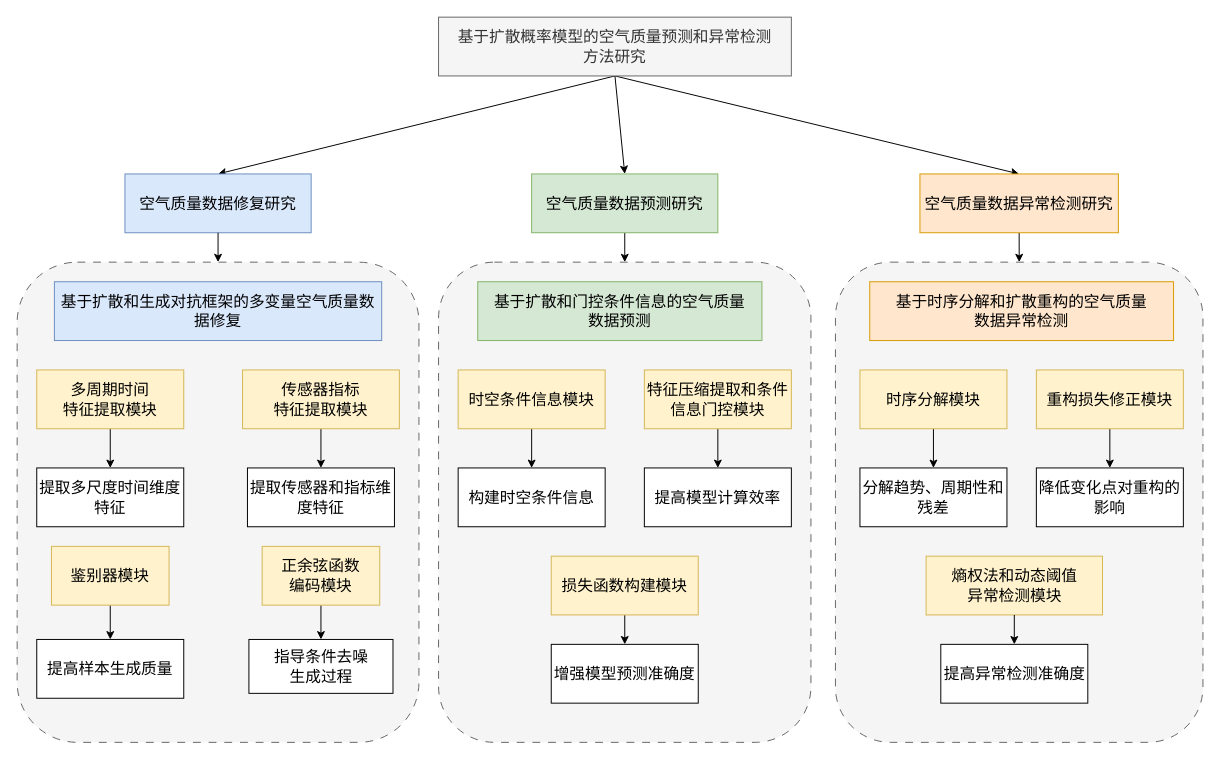
This is thesis_expe0.drawio from KnightCheng4/Draw, a draw.io file, before an edit. Source tidied: cells renumbered, new cells numbered last; positions are measured from the earlier drawing's top-left corner, leaving out a move shared by most shapes. Both pictures are drawn from the tidied source at 98%, with x=0, y=0 at pixel (17, 17).
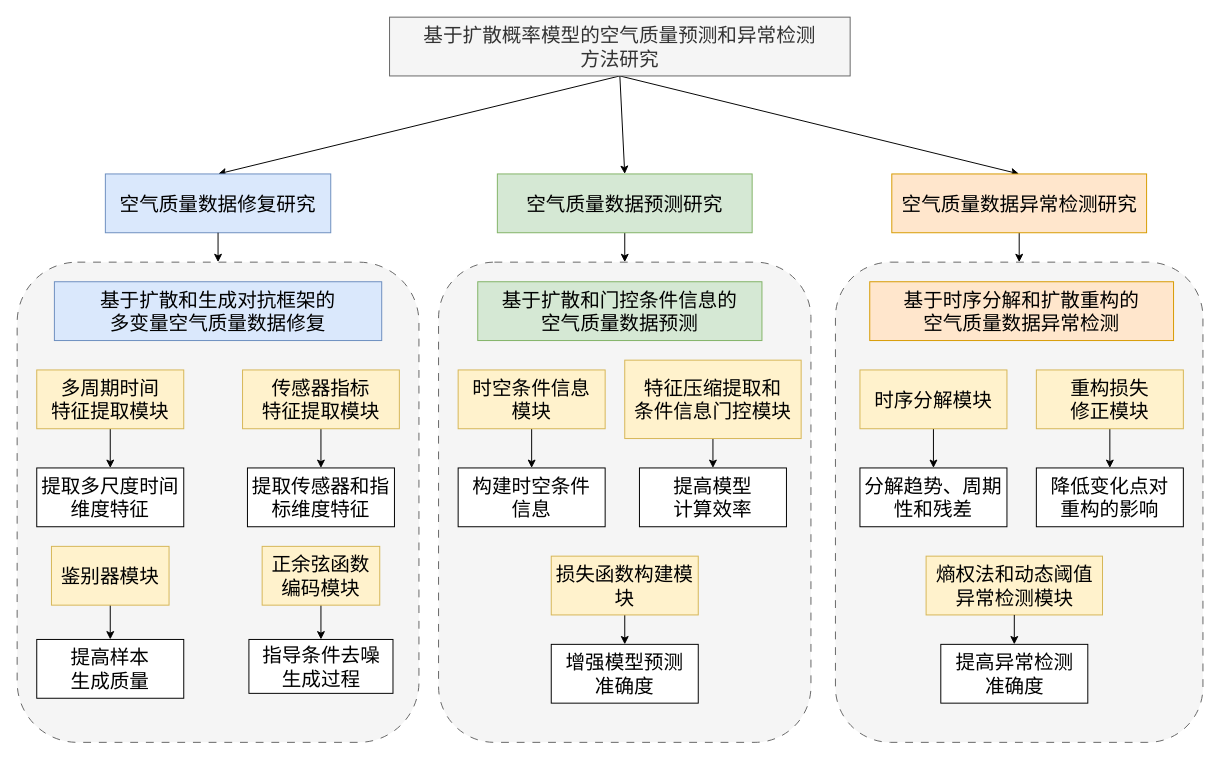
The same diagram, later.

Change to the diagram source:
```diff
@@
-    <mxCell id="2" style="rounded=1;whiteSpace=wrap;fillColor=#f5f5f5;dashed=1;dashPattern=8 8;fontColor=#333333;strokeColor=#666666;fontSize=16;" parent="1" vertex="1">
+    <mxCell id="2" style="rounded=1;whiteSpace=wrap;fillColor=#f5f5f5;dashed=1;dashPattern=8 8;fontColor=#333333;strokeColor=#666666;fontSize=20;" parent="1" vertex="1">
       <mxGeometry x="835" y="250" width="375" height="490" as="geometry" />
     </mxCell>
-    <mxCell id="3" style="rounded=1;whiteSpace=wrap;fillColor=#f5f5f5;dashed=1;dashPattern=8 8;fontColor=#333333;strokeColor=#666666;fontSize=16;" parent="1" vertex="1">
+    <mxCell id="3" style="rounded=1;whiteSpace=wrap;fillColor=#f5f5f5;dashed=1;dashPattern=8 8;fontColor=#333333;strokeColor=#666666;fontSize=20;" parent="1" vertex="1">
       <mxGeometry x="430" y="250" width="380" height="490" as="geometry" />
     </mxCell>
-    <mxCell id="4" style="rounded=1;whiteSpace=wrap;fillColor=#f5f5f5;dashed=1;dashPattern=8 8;strokeColor=#666666;fontColor=#333333;fontSize=16;" parent="1" vertex="1">
+    <mxCell id="4" style="rounded=1;whiteSpace=wrap;fillColor=#f5f5f5;dashed=1;dashPattern=8 8;strokeColor=#666666;fontColor=#333333;fontSize=20;" parent="1" vertex="1">
       <mxGeometry y="250" width="410" height="490" as="geometry" />
     </mxCell>
-    <mxCell id="5" style="rounded=0;jettySize=auto;exitX=0.5;exitY=1;exitDx=0;exitDy=0;entryX=0.5;entryY=0;entryDx=0;entryDy=0;fontSize=16;" parent="1" edge="1" source="8" target="12">
+    <mxCell id="5" style="rounded=0;jettySize=auto;exitX=0.5;exitY=1;exitDx=0;exitDy=0;entryX=0.5;entryY=0;entryDx=0;entryDy=0;fontSize=20;" parent="1" edge="1" source="8" target="12">
       <mxGeometry relative="1" as="geometry" />
     </mxCell>
-    <mxCell id="6" style="rounded=0;jettySize=auto;exitX=0.5;exitY=1;exitDx=0;exitDy=0;entryX=0.5;entryY=0;entryDx=0;entryDy=0;fontSize=16;" parent="1" edge="1" source="8" target="14">
+    <mxCell id="6" style="rounded=0;jettySize=auto;exitX=0.5;exitY=1;exitDx=0;exitDy=0;entryX=0.5;entryY=0;entryDx=0;entryDy=0;fontSize=20;" parent="1" edge="1" source="8" target="14">
       <mxGeometry relative="1" as="geometry" />
     </mxCell>
-    <mxCell id="7" style="rounded=0;jettySize=auto;exitX=0.5;exitY=1;exitDx=0;exitDy=0;entryX=0.5;entryY=0;entryDx=0;entryDy=0;fontSize=16;" parent="1" edge="1" source="8" target="16">
+    <mxCell id="7" style="rounded=0;jettySize=auto;exitX=0.5;exitY=1;exitDx=0;exitDy=0;entryX=0.5;entryY=0;entryDx=0;entryDy=0;fontSize=20;" parent="1" edge="1" source="8" target="16">
       <mxGeometry relative="1" as="geometry" />
     </mxCell>
-    <mxCell id="8" value="基于扩散概率模型的空气质量预测和异常检测&#10;方法研究" style="rounded=0;whiteSpace=wrap;fillColor=#f5f5f5;fontColor=#333333;strokeColor=#666666;fontSize=16;" parent="1" vertex="1">
-      <mxGeometry x="430" width="360" height="60" as="geometry" />
+    <mxCell id="8" value="基于扩散概率模型的空气质量预测和异常检测&#10;方法研究" style="rounded=0;whiteSpace=wrap;fillColor=#f5f5f5;fontColor=#333333;strokeColor=#666666;fontSize=20;" parent="1" vertex="1">
+      <mxGeometry x="380" width="470" height="60" as="geometry" />
     </mxCell>
-    <mxCell id="9" value="基于扩散和生成对抗框架的多变量空气质量数据修复" style="rounded=0;whiteSpace=wrap;fontSize=16;fillColor=#dae8fc;strokeColor=#6c8ebf;" parent="1" vertex="1">
+    <mxCell id="9" value="基于扩散和生成对抗框架的&#10;多变量空气质量数据修复" style="rounded=0;whiteSpace=wrap;fontSize=20;fillColor=#dae8fc;strokeColor=#6c8ebf;" parent="1" vertex="1">
       <mxGeometry x="38" y="270" width="334" height="60" as="geometry" />
     </mxCell>
-    <mxCell id="10" value="基于扩散和门控条件信息的空气质量&#10;数据预测" style="rounded=0;whiteSpace=wrap;fillColor=#d5e8d4;strokeColor=#82b366;fontSize=16;" parent="1" vertex="1">
+    <mxCell id="10" value="基于扩散和门控条件信息的&#10;空气质量数据预测" style="rounded=0;whiteSpace=wrap;fillColor=#d5e8d4;strokeColor=#82b366;fontSize=20;" parent="1" vertex="1">
       <mxGeometry x="470" y="270" width="290" height="60" as="geometry" />
     </mxCell>
-    <mxCell id="11" value="基于时序分解和扩散重构的空气质量&#10;数据异常检测" style="rounded=0;whiteSpace=wrap;fillColor=#ffe6cc;strokeColor=#d79b00;fontSize=16;" parent="1" vertex="1">
+    <mxCell id="11" value="基于时序分解和扩散重构的&#10;空气质量数据异常检测" style="rounded=0;whiteSpace=wrap;fillColor=#ffe6cc;strokeColor=#d79b00;fontSize=20;" parent="1" vertex="1">
       <mxGeometry x="870" y="270" width="310" height="60" as="geometry" />
     </mxCell>
-    <mxCell id="12" value="空气质量数据修复研究" style="rounded=0;whiteSpace=wrap;strokeColor=#6c8ebf;align=center;verticalAlign=middle;fontFamily=Helvetica;fontSize=16;fillColor=#dae8fc;" parent="1" vertex="1">
-      <mxGeometry x="110" y="160" width="190" height="60" as="geometry" />
+    <mxCell id="12" value="空气质量数据修复研究" style="rounded=0;whiteSpace=wrap;strokeColor=#6c8ebf;align=center;verticalAlign=middle;fontFamily=Helvetica;fontSize=20;fillColor=#dae8fc;" parent="1" vertex="1">
+      <mxGeometry x="90" y="160" width="230" height="60" as="geometry" />
     </mxCell>
-    <mxCell id="13" style="rounded=0;jettySize=auto;exitX=0.5;exitY=1;exitDx=0;exitDy=0;entryX=0.5;entryY=0;entryDx=0;entryDy=0;fontSize=16;" parent="1" edge="1" source="14" target="3">
+    <mxCell id="13" style="rounded=0;jettySize=auto;exitX=0.5;exitY=1;exitDx=0;exitDy=0;entryX=0.5;entryY=0;entryDx=0;entryDy=0;fontSize=20;" parent="1" edge="1" source="14" target="3">
       <mxGeometry relative="1" as="geometry" />
     </mxCell>
-    <mxCell id="14" value="空气质量数据预测研究" style="rounded=0;whiteSpace=wrap;fillColor=#d5e8d4;strokeColor=#82b366;fontSize=16;" parent="1" vertex="1">
-      <mxGeometry x="525" y="160" width="190" height="60" as="geometry" />
+    <mxCell id="14" value="空气质量数据预测研究" style="rounded=0;whiteSpace=wrap;fillColor=#d5e8d4;strokeColor=#82b366;fontSize=20;" parent="1" vertex="1">
+      <mxGeometry x="490" y="160" width="260" height="60" as="geometry" />
     </mxCell>
-    <mxCell id="15" style="rounded=0;jettySize=auto;exitX=0.5;exitY=1;exitDx=0;exitDy=0;entryX=0.5;entryY=0;entryDx=0;entryDy=0;fontSize=16;" parent="1" edge="1" source="16" target="2">
+    <mxCell id="15" style="rounded=0;jettySize=auto;exitX=0.5;exitY=1;exitDx=0;exitDy=0;entryX=0.5;entryY=0;entryDx=0;entryDy=0;fontSize=20;" parent="1" edge="1" source="16" target="2">
       <mxGeometry relative="1" as="geometry" />
     </mxCell>
-    <mxCell id="16" value="空气质量数据异常检测研究" style="rounded=0;whiteSpace=wrap;fillColor=#ffe6cc;strokeColor=#d79b00;fontSize=16;" parent="1" vertex="1">
-      <mxGeometry x="921.2" y="160" width="202.5" height="60" as="geometry" />
+    <mxCell id="16" value="空气质量数据异常检测研究" style="rounded=0;whiteSpace=wrap;fillColor=#ffe6cc;strokeColor=#d79b00;fontSize=20;" parent="1" vertex="1">
+      <mxGeometry x="892.5" y="160" width="260" height="60" as="geometry" />
     </mxCell>
-    <mxCell id="17" style="rounded=0;jettySize=auto;exitX=0.5;exitY=1;exitDx=0;exitDy=0;entryX=0.5;entryY=0;entryDx=0;entryDy=0;fontSize=16;" parent="1" edge="1" source="18" target="25">
+    <mxCell id="17" style="rounded=0;jettySize=auto;exitX=0.5;exitY=1;exitDx=0;exitDy=0;entryX=0.5;entryY=0;entryDx=0;entryDy=0;fontSize=20;" parent="1" edge="1" source="18" target="25">
       <mxGeometry relative="1" as="geometry" />
     </mxCell>
-    <mxCell id="18" value="多周期时间&#10;特征提取模块" style="rounded=0;whiteSpace=wrap;strokeColor=#d6b656;align=center;verticalAlign=middle;fontFamily=Helvetica;fontSize=16;fillColor=#fff2cc;" parent="1" vertex="1">
+    <mxCell id="18" value="多周期时间&#10;特征提取模块" style="rounded=0;whiteSpace=wrap;strokeColor=#d6b656;align=center;verticalAlign=middle;fontFamily=Helvetica;fontSize=20;fillColor=#fff2cc;" parent="1" vertex="1">
       <mxGeometry x="20" y="360" width="150" height="60" as="geometry" />
     </mxCell>
-    <mxCell id="19" style="rounded=0;jettySize=auto;exitX=0.5;exitY=1;exitDx=0;exitDy=0;entryX=0.5;entryY=0;entryDx=0;entryDy=0;fontSize=16;" parent="1" edge="1" source="20" target="26">
+    <mxCell id="19" style="rounded=0;jettySize=auto;exitX=0.5;exitY=1;exitDx=0;exitDy=0;entryX=0.5;entryY=0;entryDx=0;entryDy=0;fontSize=20;" parent="1" edge="1" source="20" target="26">
       <mxGeometry relative="1" as="geometry" />
     </mxCell>
-    <mxCell id="20" value="传感器指标&#10;特征提取模块" style="rounded=0;whiteSpace=wrap;fontSize=16;fillColor=#fff2cc;strokeColor=#d6b656;" parent="1" vertex="1">
+    <mxCell id="20" value="传感器指标&#10;特征提取模块" style="rounded=0;whiteSpace=wrap;fontSize=20;fillColor=#fff2cc;strokeColor=#d6b656;" parent="1" vertex="1">
       <mxGeometry x="230" y="360" width="160" height="60" as="geometry" />
     </mxCell>
-    <mxCell id="21" style="rounded=0;jettySize=auto;exitX=0.5;exitY=1;exitDx=0;exitDy=0;entryX=0.5;entryY=0;entryDx=0;entryDy=0;fontSize=16;" parent="1" edge="1" source="22" target="27">
+    <mxCell id="21" style="rounded=0;jettySize=auto;exitX=0.5;exitY=1;exitDx=0;exitDy=0;entryX=0.5;entryY=0;entryDx=0;entryDy=0;fontSize=20;" parent="1" edge="1" source="22" target="27">
       <mxGeometry relative="1" as="geometry" />
     </mxCell>
-    <mxCell id="22" value="鉴别器模块" style="rounded=0;whiteSpace=wrap;fillColor=#fff2cc;strokeColor=#d6b656;fontSize=16;" parent="1" vertex="1">
+    <mxCell id="22" value="鉴别器模块" style="rounded=0;whiteSpace=wrap;fillColor=#fff2cc;strokeColor=#d6b656;fontSize=20;" parent="1" vertex="1">
       <mxGeometry x="35" y="540" width="120" height="60" as="geometry" />
     </mxCell>
-    <mxCell id="23" style="rounded=0;jettySize=auto;exitX=0.5;exitY=1;exitDx=0;exitDy=0;entryX=0.5;entryY=0;entryDx=0;entryDy=0;fontSize=16;" parent="1" edge="1" source="24" target="28">
+    <mxCell id="23" style="rounded=0;jettySize=auto;exitX=0.5;exitY=1;exitDx=0;exitDy=0;entryX=0.5;entryY=0;entryDx=0;entryDy=0;fontSize=20;" parent="1" edge="1" source="24" target="28">
       <mxGeometry relative="1" as="geometry" />
     </mxCell>
-    <mxCell id="24" value="正余弦函数&#10;编码模块" style="rounded=0;whiteSpace=wrap;fontSize=16;fillColor=#fff2cc;strokeColor=#d6b656;" parent="1" vertex="1">
+    <mxCell id="24" value="正余弦函数&#10;编码模块" style="rounded=0;whiteSpace=wrap;fontSize=20;fillColor=#fff2cc;strokeColor=#d6b656;" parent="1" vertex="1">
       <mxGeometry x="250" y="540" width="120" height="60" as="geometry" />
     </mxCell>
-    <mxCell id="25" value="提取多尺度时间维度特征" style="rounded=0;whiteSpace=wrap;fontSize=16;" parent="1" vertex="1">
+    <mxCell id="25" value="提取多尺度时间维度特征" style="rounded=0;whiteSpace=wrap;fontSize=20;" parent="1" vertex="1">
       <mxGeometry x="20" y="460" width="150" height="60" as="geometry" />
     </mxCell>
-    <mxCell id="26" value="提取传感器和指标维度特征" style="rounded=0;whiteSpace=wrap;fontSize=16;" parent="1" vertex="1">
+    <mxCell id="26" value="提取传感器和指标维度特征" style="rounded=0;whiteSpace=wrap;fontSize=20;" parent="1" vertex="1">
       <mxGeometry x="235" y="460" width="150" height="60" as="geometry" />
     </mxCell>
-    <mxCell id="27" value="提高样本生成质量" style="rounded=0;whiteSpace=wrap;fontSize=16;" parent="1" vertex="1">
+    <mxCell id="27" value="提高样本&#10;生成质量" style="rounded=0;whiteSpace=wrap;fontSize=20;" parent="1" vertex="1">
       <mxGeometry x="20" y="635" width="150" height="60" as="geometry" />
     </mxCell>
-    <mxCell id="28" value="指导条件去噪&#10;生成过程" style="rounded=0;fontSize=16;whiteSpace=wrap;" parent="1" vertex="1">
+    <mxCell id="28" value="指导条件去噪&#10;生成过程" style="rounded=0;fontSize=20;whiteSpace=wrap;" parent="1" vertex="1">
       <mxGeometry x="236.5" y="635" width="147" height="55" as="geometry" />
     </mxCell>
-    <mxCell id="29" style="rounded=0;jettySize=auto;exitX=0.5;exitY=1;exitDx=0;exitDy=0;entryX=0.5;entryY=0;entryDx=0;entryDy=0;fontSize=16;" parent="1" edge="1" source="30" target="35">
+    <mxCell id="29" style="rounded=0;jettySize=auto;exitX=0.5;exitY=1;exitDx=0;exitDy=0;entryX=0.5;entryY=0;entryDx=0;entryDy=0;fontSize=20;" parent="1" edge="1" source="30" target="35">
       <mxGeometry relative="1" as="geometry" />
     </mxCell>
-    <mxCell id="30" value="时空条件信息模块" style="rounded=0;whiteSpace=wrap;fillColor=#fff2cc;strokeColor=#d6b656;fontSize=16;" parent="1" vertex="1">
+    <mxCell id="30" value="时空条件信息&#10;模块" style="rounded=0;whiteSpace=wrap;fillColor=#fff2cc;strokeColor=#d6b656;fontSize=20;" parent="1" vertex="1">
       <mxGeometry x="450" y="360" width="150" height="60" as="geometry" />
     </mxCell>
-    <mxCell id="31" style="rounded=0;jettySize=auto;exitX=0.5;exitY=1;exitDx=0;exitDy=0;entryX=0.5;entryY=0;entryDx=0;entryDy=0;fontSize=16;" parent="1" edge="1" source="32" target="36">
+    <mxCell id="31" style="rounded=0;jettySize=auto;exitX=0.5;exitY=1;exitDx=0;exitDy=0;entryX=0.5;entryY=0;entryDx=0;entryDy=0;fontSize=20;" parent="1" edge="1" source="32" target="36">
       <mxGeometry relative="1" as="geometry" />
     </mxCell>
-    <mxCell id="32" value="特征压缩提取和条件信息门控模块" style="rounded=0;whiteSpace=wrap;fillColor=#fff2cc;strokeColor=#d6b656;fontSize=16;" parent="1" vertex="1">
-      <mxGeometry x="640" y="360" width="150" height="60" as="geometry" />
+    <mxCell id="32" value="特征压缩提取和&#10;条件信息门控模块" style="rounded=0;whiteSpace=wrap;fillColor=#fff2cc;strokeColor=#d6b656;fontSize=20;" parent="1" vertex="1">
+      <mxGeometry x="620" y="350" width="180" height="80" as="geometry" />
     </mxCell>
-    <mxCell id="33" style="rounded=0;jettySize=auto;exitX=0.5;exitY=1;exitDx=0;exitDy=0;entryX=0.5;entryY=0;entryDx=0;entryDy=0;fontSize=16;" parent="1" edge="1" source="34" target="37">
+    <mxCell id="33" style="rounded=0;jettySize=auto;exitX=0.5;exitY=1;exitDx=0;exitDy=0;entryX=0.5;entryY=0;entryDx=0;entryDy=0;fontSize=20;" parent="1" edge="1" source="34" target="37">
       <mxGeometry relative="1" as="geometry" />
     </mxCell>
-    <mxCell id="34" value="损失函数构建模块" style="rounded=0;whiteSpace=wrap;fillColor=#fff2cc;strokeColor=#d6b656;fontSize=16;" parent="1" vertex="1">
+    <mxCell id="34" value="损失函数构建模块" style="rounded=0;whiteSpace=wrap;fillColor=#fff2cc;strokeColor=#d6b656;fontSize=20;" parent="1" vertex="1">
       <mxGeometry x="545" y="550" width="150" height="60" as="geometry" />
     </mxCell>
-    <mxCell id="35" value="构建时空条件信息" style="rounded=0;whiteSpace=wrap;fontSize=16;" parent="1" vertex="1">
+    <mxCell id="35" value="构建时空条件&#10;信息" style="rounded=0;whiteSpace=wrap;fontSize=20;" parent="1" vertex="1">
       <mxGeometry x="450" y="460" width="150" height="60" as="geometry" />
     </mxCell>
-    <mxCell id="36" value="提高模型计算效率" style="rounded=0;whiteSpace=wrap;fontSize=16;" parent="1" vertex="1">
-      <mxGeometry x="640" y="460" width="150" height="60" as="geometry" />
+    <mxCell id="36" value="提高模型&#10;计算效率" style="rounded=0;whiteSpace=wrap;fontSize=20;" parent="1" vertex="1">
+      <mxGeometry x="635" y="460" width="150" height="60" as="geometry" />
     </mxCell>
-    <mxCell id="37" value="增强模型预测准确度" style="rounded=0;whiteSpace=wrap;fontSize=16;" parent="1" vertex="1">
+    <mxCell id="37" value="增强模型预测&#10;准确度" style="rounded=0;whiteSpace=wrap;fontSize=20;" parent="1" vertex="1">
       <mxGeometry x="545" y="640" width="150" height="60" as="geometry" />
     </mxCell>
-    <mxCell id="38" style="rounded=0;jettySize=auto;exitX=0.5;exitY=1;exitDx=0;exitDy=0;entryX=0.5;entryY=0;entryDx=0;entryDy=0;fontSize=16;" parent="1" edge="1" source="39" target="43">
+    <mxCell id="38" style="rounded=0;jettySize=auto;exitX=0.5;exitY=1;exitDx=0;exitDy=0;entryX=0.5;entryY=0;entryDx=0;entryDy=0;fontSize=20;" parent="1" edge="1" source="39" target="43">
       <mxGeometry relative="1" as="geometry" />
     </mxCell>
-    <mxCell id="39" value="时序分解模块" style="rounded=0;whiteSpace=wrap;fillColor=#fff2cc;strokeColor=#d6b656;fontSize=16;" parent="1" vertex="1">
+    <mxCell id="39" value="时序分解模块" style="rounded=0;whiteSpace=wrap;fillColor=#fff2cc;strokeColor=#d6b656;fontSize=20;" parent="1" vertex="1">
       <mxGeometry x="860" y="360" width="150" height="60" as="geometry" />
     </mxCell>
-    <mxCell id="40" value="熵权法和动态阈值&#10;异常检测模块" style="rounded=0;whiteSpace=wrap;fillColor=#fff2cc;strokeColor=#d6b656;fontSize=16;" parent="1" vertex="1">
+    <mxCell id="40" value="熵权法和动态阈值&#10;异常检测模块" style="rounded=0;whiteSpace=wrap;fillColor=#fff2cc;strokeColor=#d6b656;fontSize=20;" parent="1" vertex="1">
       <mxGeometry x="927.5" y="550" width="180" height="60" as="geometry" />
     </mxCell>
-    <mxCell id="41" style="rounded=0;jettySize=auto;exitX=0.5;exitY=1;exitDx=0;exitDy=0;entryX=0.5;entryY=0;entryDx=0;entryDy=0;fontSize=16;" parent="1" edge="1" source="42" target="45">
+    <mxCell id="41" style="rounded=0;jettySize=auto;exitX=0.5;exitY=1;exitDx=0;exitDy=0;entryX=0.5;entryY=0;entryDx=0;entryDy=0;fontSize=20;" parent="1" edge="1" source="42" target="45">
       <mxGeometry relative="1" as="geometry" />
     </mxCell>
-    <mxCell id="42" value="重构损失修正模块" style="rounded=0;whiteSpace=wrap;fillColor=#fff2cc;strokeColor=#d6b656;fontSize=16;" parent="1" vertex="1">
+    <mxCell id="42" value="重构损失&#10;修正模块" style="rounded=0;whiteSpace=wrap;fillColor=#fff2cc;strokeColor=#d6b656;fontSize=20;" parent="1" vertex="1">
       <mxGeometry x="1040" y="360" width="150" height="60" as="geometry" />
     </mxCell>
-    <mxCell id="43" value="分解趋势、周期性和残差" style="rounded=0;whiteSpace=wrap;fontSize=16;" parent="1" vertex="1">
+    <mxCell id="43" value="分解趋势、周期性和残差" style="rounded=0;whiteSpace=wrap;fontSize=20;" parent="1" vertex="1">
       <mxGeometry x="860" y="460" width="150" height="60" as="geometry" />
     </mxCell>
-    <mxCell id="44" value="提高异常检测准确度" style="rounded=0;whiteSpace=wrap;fontSize=16;" parent="1" vertex="1">
+    <mxCell id="44" value="提高异常检测&#10;准确度" style="rounded=0;whiteSpace=wrap;fontSize=20;" parent="1" vertex="1">
       <mxGeometry x="942.5" y="640" width="150" height="60" as="geometry" />
     </mxCell>
-    <mxCell id="45" value="降低变化点对重构的影响" style="rounded=0;whiteSpace=wrap;fontSize=16;" parent="1" vertex="1">
+    <mxCell id="45" value="降低变化点对&#10;重构的影响" style="rounded=0;whiteSpace=wrap;fontSize=20;" parent="1" vertex="1">
       <mxGeometry x="1040" y="460" width="150" height="60" as="geometry" />
     </mxCell>
-    <mxCell id="46" style="rounded=0;jettySize=auto;exitX=0.5;exitY=1;exitDx=0;exitDy=0;entryX=0.5;entryY=0;entryDx=0;entryDy=0;fontSize=16;" parent="1" edge="1" source="12" target="4">
+    <mxCell id="46" style="rounded=0;jettySize=auto;exitX=0.5;exitY=1;exitDx=0;exitDy=0;entryX=0.5;entryY=0;entryDx=0;entryDy=0;fontSize=20;" parent="1" edge="1" source="12" target="4">
       <mxGeometry relative="1" as="geometry" />
     </mxCell>
-    <mxCell id="47" style="rounded=0;jettySize=auto;exitX=0.5;exitY=1;exitDx=0;exitDy=0;entryX=0.5;entryY=0;entryDx=0;entryDy=0;fontSize=16;" parent="1" edge="1" source="40" target="44">
+    <mxCell id="47" style="rounded=0;jettySize=auto;exitX=0.5;exitY=1;exitDx=0;exitDy=0;entryX=0.5;entryY=0;entryDx=0;entryDy=0;fontSize=20;" parent="1" edge="1" source="40" target="44">
       <mxGeometry relative="1" as="geometry" />
     </mxCell>
```
